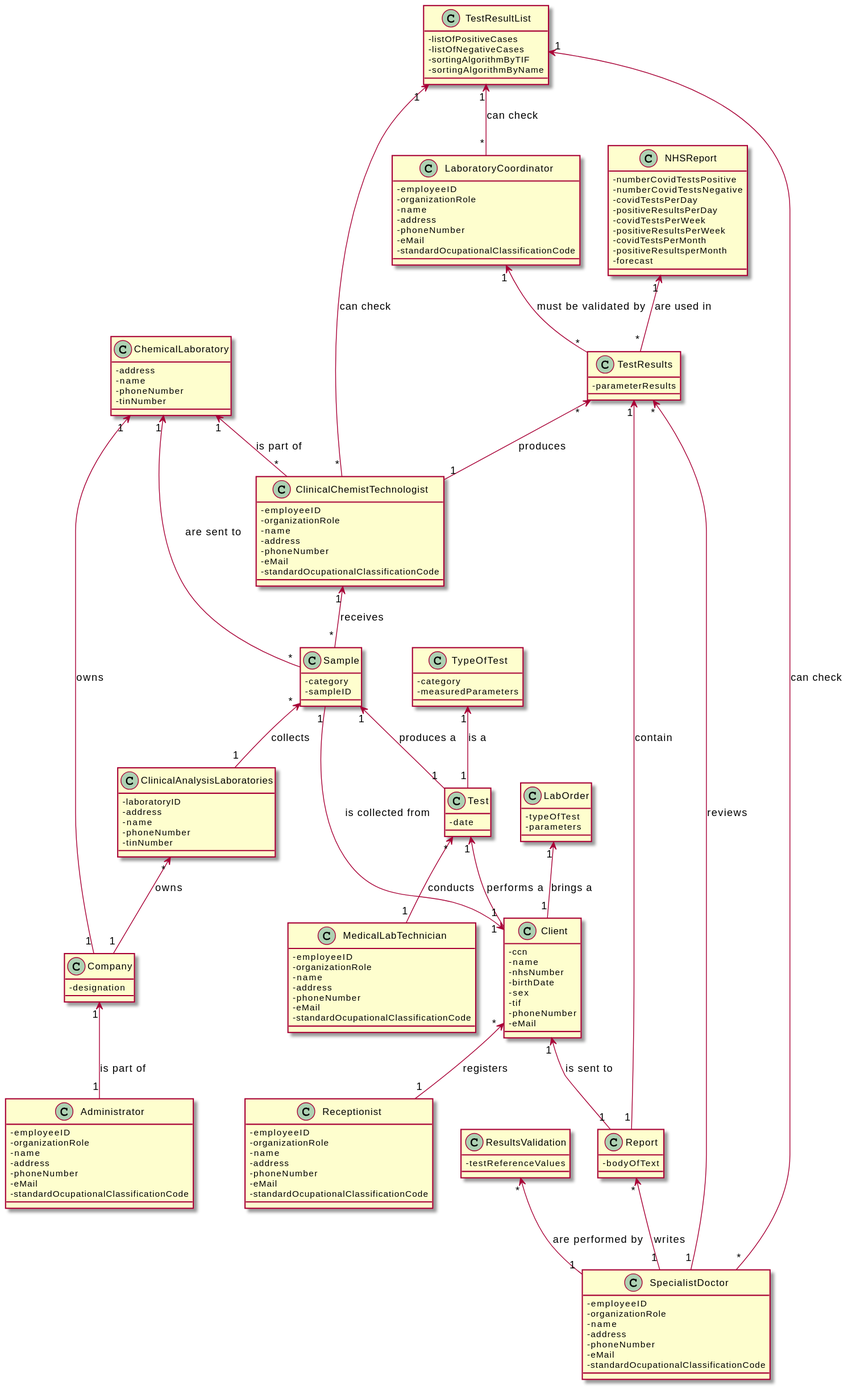
RuiRioPina/LAPR2-20-21 keeps this PlantUML diagram as docs/SprintA/ImagesUsed/DM.svg. Above is the earlier version. Source of this version:
```plantuml
@startuml
class Company
skinparam classAttributeIconSize 0
Company : -designation
Class ClinicalAnalysisLaboratories{
-laboratoryID
-address
-name
-phoneNumber
-tinNumber
}
ClinicalAnalysisLaboratories "*" <-- "1" Company : owns
Class ChemicalLaboratory{
-address
-name
-phoneNumber
-tinNumber
}
Class Client{
-ccn
-name
-nhsNumber
-birthDate
-sex
-tif
-phoneNumber
-eMail
}
Class Receptionist{
-employeeID
-organizationRole
-name
-address
-phoneNumber
-eMail
-standardOcupationalClassificationCode
}
Class Sample{
-category
-sampleID
}
Class Administrator{
-employeeID
-organizationRole
-name
-address
-phoneNumber
-eMail
-standardOcupationalClassificationCode
}
Class MedicalLabTechnician{
-employeeID
-organizationRole
-name
-address
-phoneNumber
-eMail
-standardOcupationalClassificationCode
}
Class ClinicalChemistTechnologist{
-employeeID
-organizationRole
-name
-address
-phoneNumber
-eMail
-standardOcupationalClassificationCode
}
Class SpecialistDoctor{
-employeeID
-organizationRole
-name
-address
-phoneNumber
-eMail
-standardOcupationalClassificationCode
}
Class LaboratoryCoordinator{
-employeeID
-organizationRole
-name
-address
-phoneNumber
-eMail
-standardOcupationalClassificationCode
}
Class ResultsValidation{
-testReferenceValues
}
Class LabOrder{
-typeOfTest
-parameters
}
Class Report{
-bodyOfText
}
Class TestResultList{
-listOfPositiveCases
-listOfNegativeCases
-sortingAlgorithmByTIF
-sortingAlgorithmByName
}
Class NHSReport{
-numberCovidTestsPositive
-numberCovidTestsNegative
-covidTestsPerDay
-positiveResultsPerDay
-covidTestsPerWeek
-positiveResultsPerWeek
-covidTestsPerMonth
-positiveResultsperMonth
-forecast
}
Class Test{
-date
}
Class TypeOfTest{
-category
-measuredParameters
}
Class TestResults{
-parameterResults
}
Sample "*" <-- "1" ClinicalAnalysisLaboratories : collects
Client "*" <-- "1" Receptionist : registers
ChemicalLaboratory "1" <-- "1" Company : owns
Client "1" <-- "1" Sample: is collected from
LabOrder "1" <-- "1" Client: brings a
Test "*" <-- "1" MedicalLabTechnician : conducts
Test "1" <-- "1" Client: performs a
TypeOfTest "1" <-- "1" Test: is a
ChemicalLaboratory "1" <-- "*" Sample: are sent to
Sample "1" <-- "1" Test: produces a
TestResults "*" <-- "1" ClinicalChemistTechnologist: produces
Client "1" <-- "1" Report: is sent to
ChemicalLaboratory "1" <-- "*" ClinicalChemistTechnologist: is part of
ClinicalChemistTechnologist "1" <-- "*" Sample : receives
TestResults "*" <-- "1" SpecialistDoctor: reviews
Report "*" <-- "1" SpecialistDoctor: writes
Company "1" <-- "1" Administrator: is part of
ResultsValidation "*" <-- "1" SpecialistDoctor: are performed by
TestResults "1" <-- "1" Report: contain
NHSReport"1" <-- "*" TestResults: are used in
LaboratoryCoordinator "1" <-- "*" TestResults : must be validated by
TestResultList "1" <-- "*" SpecialistDoctor : can check
TestResultList "1" <-- "*" ClinicalChemistTechnologist : can check
TestResultList "1" <-- "*" LaboratoryCoordinator : can check
@enduml
```
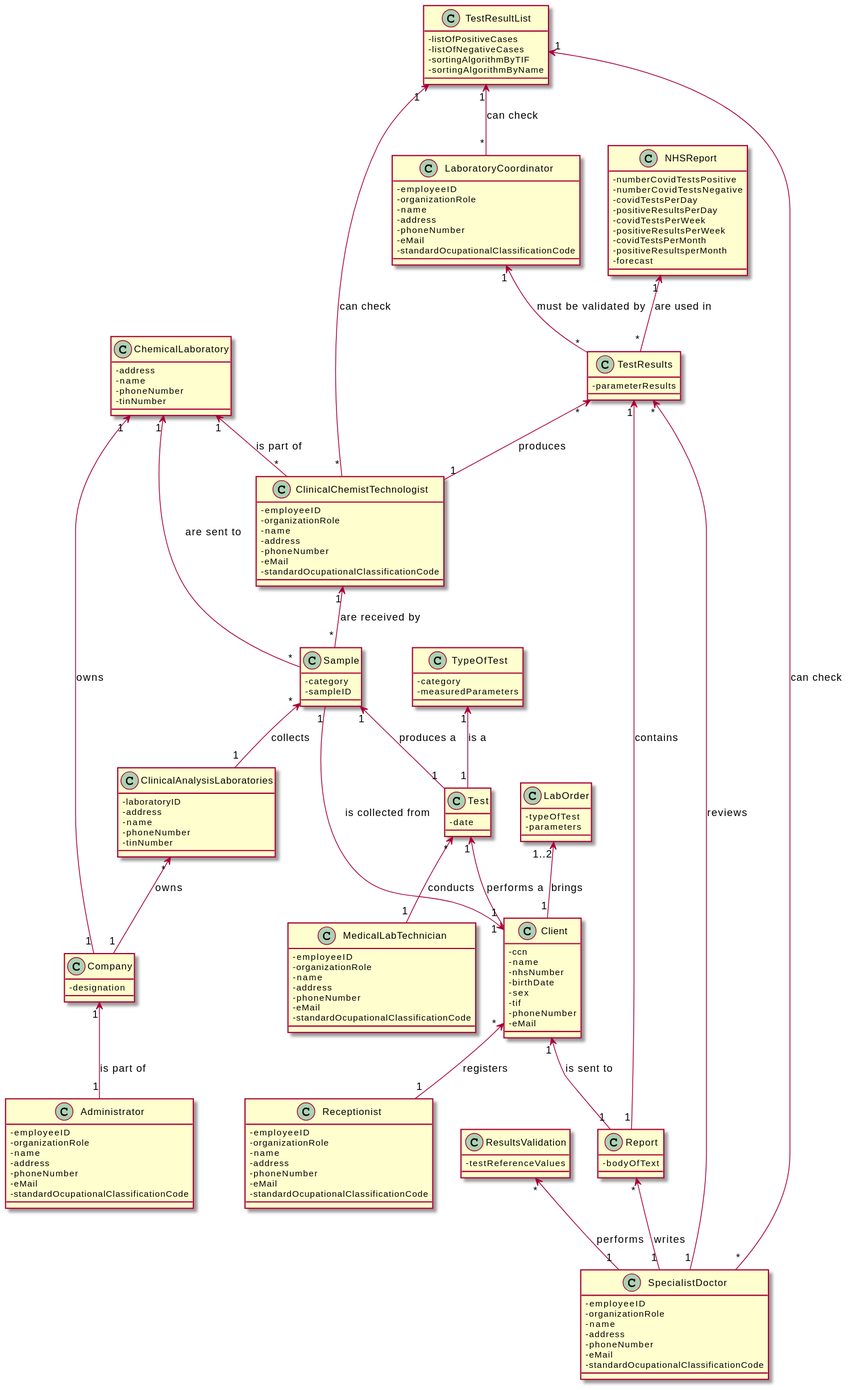
Later version of the same file.

Commit message:
I have corrected some grammar mistakes on the SVG of the Domain Model

The edit, as a diff of the source:
```diff
@@ -125,7 +125,7 @@
 Client "*" <-- "1" Receptionist : registers
 ChemicalLaboratory "1" <-- "1" Company : owns
 Client "1" <-- "1" Sample: is collected from
-LabOrder "1" <-- "1" Client: brings a
+LabOrder "1..2" <-- "1" Client: brings
 Test "*" <-- "1" MedicalLabTechnician : conducts
 Test "1" <-- "1" Client: performs a
 TypeOfTest "1" <-- "1" Test: is a
@@ -134,12 +134,12 @@
 TestResults "*" <-- "1" ClinicalChemistTechnologist: produces
 Client "1" <-- "1" Report: is sent to
 ChemicalLaboratory "1" <-- "*" ClinicalChemistTechnologist: is part of
-ClinicalChemistTechnologist "1" <-- "*" Sample : receives
+ClinicalChemistTechnologist "1" <-- "*" Sample : are received by
 TestResults "*" <-- "1" SpecialistDoctor: reviews
 Report "*" <-- "1" SpecialistDoctor: writes
 Company "1" <-- "1" Administrator: is part of
-ResultsValidation "*" <-- "1" SpecialistDoctor: are performed by
-TestResults "1" <-- "1" Report: contain
+ResultsValidation "*" <-- "1" SpecialistDoctor: performs
+TestResults "1" <-- "1" Report: contains
 NHSReport"1" <-- "*" TestResults: are used in
 LaboratoryCoordinator "1" <-- "*" TestResults : must be validated by
 TestResultList "1" <-- "*" SpecialistDoctor : can check
```
